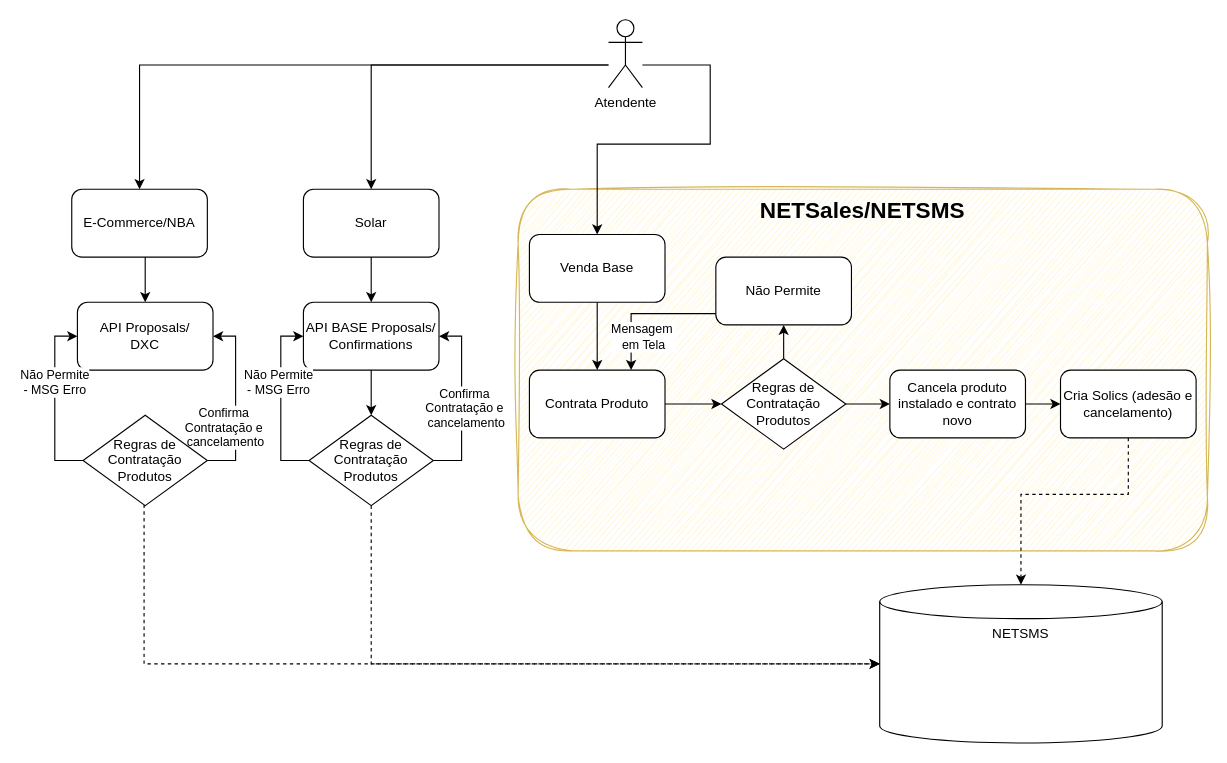
Earlier version of the draw.io diagram page "v4" (4 of 4) of 120132 Correção de cobrança em duplicidade.drawio (samirali/ClaroBrasil). Source tidied: cells renumbered, new cells numbered last; positions are measured from the earlier drawing's top-left corner, leaving out a move shared by most shapes. Both pictures are drawn from the tidied source at 113%, with x=0, y=0 at pixel (54, 19).
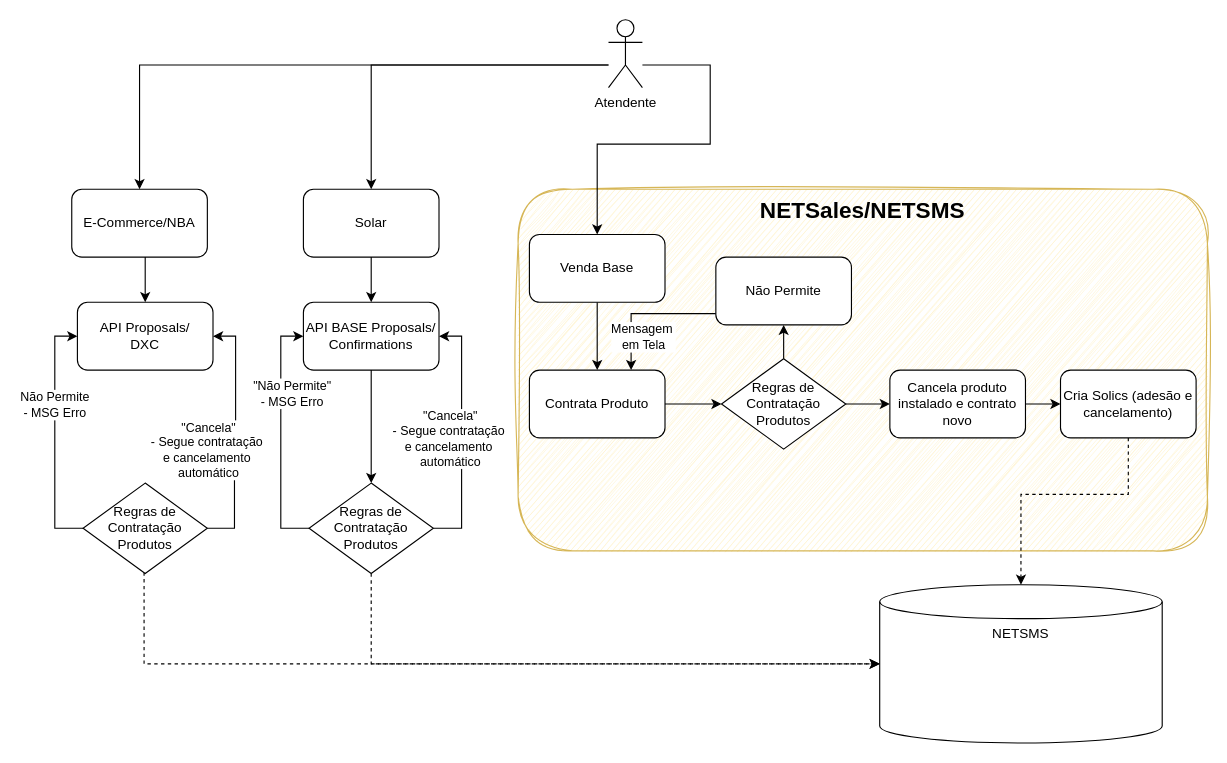
After the change.

Unchanged cells that the change refers to:
```xml
<mxCell id="30" value="API BASE Proposals/&lt;div&gt;Confirmations&lt;/div&gt;" style="rounded=1;whiteSpace=wrap;html=1;" parent="1" vertex="1">
  <mxGeometry x="220" y="250" width="120" height="60" as="geometry" />
</mxCell>
```

Change to the diagram source:
```diff
@@
-    <mxCell id="31" style="edgeStyle=orthogonalEdgeStyle;rounded=0;jettySize=auto;html=1;entryX=0;entryY=0.5;entryDx=0;entryDy=0;" parent="1" edge="1" source="35" target="30">
+    <mxCell id="31" style="edgeStyle=orthogonalEdgeStyle;rounded=0;jettySize=auto;html=1;entryX=0;entryY=0.5;entryDx=0;entryDy=0;exitX=0;exitY=0.5;exitDx=0;exitDy=0;" parent="1" edge="1" source="35" target="30">
       <mxGeometry relative="1" as="geometry">
         <Array as="points">
-          <mxPoint x="200" y="390" />
+          <mxPoint x="200" y="450" />
           <mxPoint x="200" y="280" />
         </Array>
       </mxGeometry>
     </mxCell>
-    <mxCell id="32" value="Não Permite&lt;div&gt;- MSG Erro&lt;/div&gt;" style="edgeLabel;html=1;align=center;verticalAlign=middle;" parent="31" vertex="1">
+    <mxCell id="32" value="&quot;Não Permite&quot;&lt;div&gt;- MSG Erro&lt;/div&gt;" style="edgeLabel;html=1;align=center;verticalAlign=middle;" parent="31" vertex="1">
       <mxGeometry x="-0.04" y="1" relative="1" as="geometry">
-        <mxPoint x="-2" y="-21" as="offset" />
+        <mxPoint x="10" y="-42" as="offset" />
       </mxGeometry>
     </mxCell>
-    <mxCell id="33" style="edgeStyle=orthogonalEdgeStyle;rounded=0;jettySize=auto;html=1;entryX=1;entryY=0.5;entryDx=0;entryDy=0;" parent="1" edge="1" source="35" target="30">
+    <mxCell id="33" style="edgeStyle=orthogonalEdgeStyle;rounded=0;jettySize=auto;html=1;entryX=1;entryY=0.5;entryDx=0;entryDy=0;exitX=1;exitY=0.5;exitDx=0;exitDy=0;" parent="1" edge="1" source="35" target="30">
       <mxGeometry relative="1" as="geometry">
         <Array as="points">
-          <mxPoint x="360" y="390" />
+          <mxPoint x="360" y="450" />
           <mxPoint x="360" y="280" />
         </Array>
       </mxGeometry>
     </mxCell>
-    <mxCell id="34" value="Confirma&amp;nbsp;&lt;div&gt;Contratação e&amp;nbsp;&lt;/div&gt;&lt;div&gt;cancelamento&lt;/div&gt;" style="edgeLabel;html=1;align=center;verticalAlign=middle;" parent="33" vertex="1">
-      <mxGeometry x="-0.07" y="-3" relative="1" as="geometry" />
+    <mxCell id="34" value="&quot;Cancela&quot;&lt;div&gt;&lt;div&gt;- Segue c&lt;span style=&quot;background-color: light-dark(#ffffff, var(--ge-dark-color, #121212)); color: light-dark(rgb(0, 0, 0), rgb(255, 255, 255));&quot;&gt;ontratação&amp;nbsp;&lt;/span&gt;&lt;/div&gt;&lt;div&gt;&lt;span style=&quot;background-color: light-dark(#ffffff, var(--ge-dark-color, #121212)); color: light-dark(rgb(0, 0, 0), rgb(255, 255, 255));&quot;&gt;e&amp;nbsp;&lt;/span&gt;&lt;span style=&quot;background-color: light-dark(#ffffff, var(--ge-dark-color, #121212)); color: light-dark(rgb(0, 0, 0), rgb(255, 255, 255));&quot;&gt;cancelamento&amp;nbsp;&lt;/span&gt;&lt;div&gt;automático&lt;/div&gt;&lt;/div&gt;&lt;/div&gt;" style="edgeLabel;html=1;align=center;verticalAlign=middle;" parent="33" vertex="1">
+      <mxGeometry x="-0.07" y="-3" relative="1" as="geometry">
+        <mxPoint x="-14" y="-5" as="offset" />
+      </mxGeometry>
     </mxCell>
     <mxCell id="35" value="Regras de Contratação Produtos" style="rhombus;whiteSpace=wrap;html=1;" parent="1" vertex="1">
-      <mxGeometry x="225" y="350" width="110" height="80" as="geometry" />
+      <mxGeometry x="225" y="410" width="110" height="80" as="geometry" />
     </mxCell>
-    <mxCell id="36" style="edgeStyle=orthogonalEdgeStyle;rounded=0;jettySize=auto;html=1;entryX=0;entryY=0.5;entryDx=0;entryDy=0;" parent="1" edge="1" source="40">
+    <mxCell id="36" style="edgeStyle=orthogonalEdgeStyle;rounded=0;jettySize=auto;html=1;entryX=0;entryY=0.5;entryDx=0;entryDy=0;exitX=0;exitY=0.5;exitDx=0;exitDy=0;" parent="1" edge="1" source="40">
       <mxGeometry relative="1" as="geometry">
         <mxPoint x="20" y="280" as="targetPoint" />
         <Array as="points">
-          <mxPoint y="390" />
+          <mxPoint y="450" />
           <mxPoint y="280" />
         </Array>
       </mxGeometry>
     </mxCell>
     <mxCell id="37" value="Não Permite&lt;div&gt;- MSG Erro&lt;/div&gt;" style="edgeLabel;html=1;align=center;verticalAlign=middle;" parent="36" vertex="1">
       <mxGeometry x="-0.04" y="1" relative="1" as="geometry">
-        <mxPoint y="-21" as="offset" />
+        <mxPoint y="-32" as="offset" />
       </mxGeometry>
     </mxCell>
-    <mxCell id="38" style="edgeStyle=orthogonalEdgeStyle;rounded=0;jettySize=auto;html=1;entryX=1;entryY=0.5;entryDx=0;entryDy=0;" parent="1" edge="1" source="40">
+    <mxCell id="38" style="edgeStyle=orthogonalEdgeStyle;rounded=0;jettySize=auto;html=1;entryX=1;entryY=0.5;entryDx=0;entryDy=0;exitX=1;exitY=0.5;exitDx=0;exitDy=0;" parent="1" edge="1" source="40">
       <mxGeometry relative="1" as="geometry">
         <mxPoint x="140" y="280" as="targetPoint" />
         <Array as="points">
+          <mxPoint x="159" y="450" />
+          <mxPoint x="159" y="390" />
           <mxPoint x="160" y="390" />
           <mxPoint x="160" y="280" />
         </Array>
       </mxGeometry>
     </mxCell>
-    <mxCell id="39" value="Confirma&amp;nbsp;&lt;div&gt;Contratação e&amp;nbsp;&lt;/div&gt;&lt;div&gt;cancelamento&lt;/div&gt;" style="edgeLabel;html=1;align=center;verticalAlign=middle;" parent="38" vertex="1">
+    <mxCell id="39" value="&quot;Cancela&quot;&lt;div&gt;&lt;div&gt;- Segue c&lt;span style=&quot;color: light-dark(rgb(0, 0, 0), rgb(255, 255, 255));&quot;&gt;ontratação&amp;nbsp;&lt;/span&gt;&lt;/div&gt;&lt;div&gt;&lt;span style=&quot;color: light-dark(rgb(0, 0, 0), rgb(255, 255, 255));&quot;&gt;e&amp;nbsp;&lt;/span&gt;&lt;span style=&quot;color: light-dark(rgb(0, 0, 0), rgb(255, 255, 255));&quot;&gt;cancelamento&amp;nbsp;&lt;/span&gt;&lt;div&gt;automático&lt;/div&gt;&lt;/div&gt;&lt;/div&gt;" style="edgeLabel;html=1;align=center;verticalAlign=middle;" parent="38" vertex="1">
       <mxGeometry x="-0.07" y="-3" relative="1" as="geometry">
-        <mxPoint x="-13" y="17" as="offset" />
+        <mxPoint x="-28" y="5" as="offset" />
       </mxGeometry>
     </mxCell>
     <mxCell id="40" value="Regras de Contratação Produtos" style="rhombus;whiteSpace=wrap;html=1;" parent="1" vertex="1">
-      <mxGeometry x="25" y="350" width="110" height="80" as="geometry" />
+      <mxGeometry x="25" y="410" width="110" height="80" as="geometry" />
     </mxCell>
```
